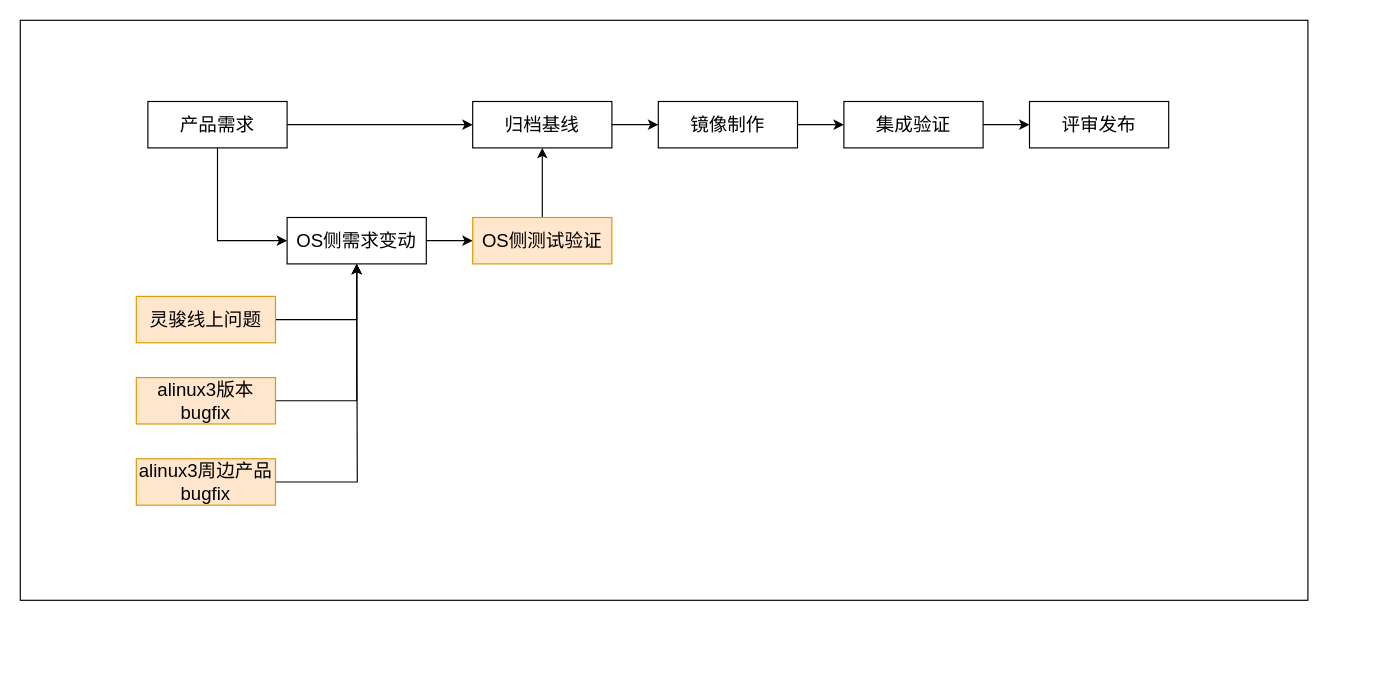
Earlier version of the draw.io diagram my_work.drawio (wbzzx-bb/wb-linux). Source tidied: cells renumbered, new cells numbered last; positions are measured from the earlier drawing's top-left corner, leaving out a move shared by most shapes. Both pictures are drawn from the tidied source at 116%, with x=0, y=0 at pixel (20, 20).
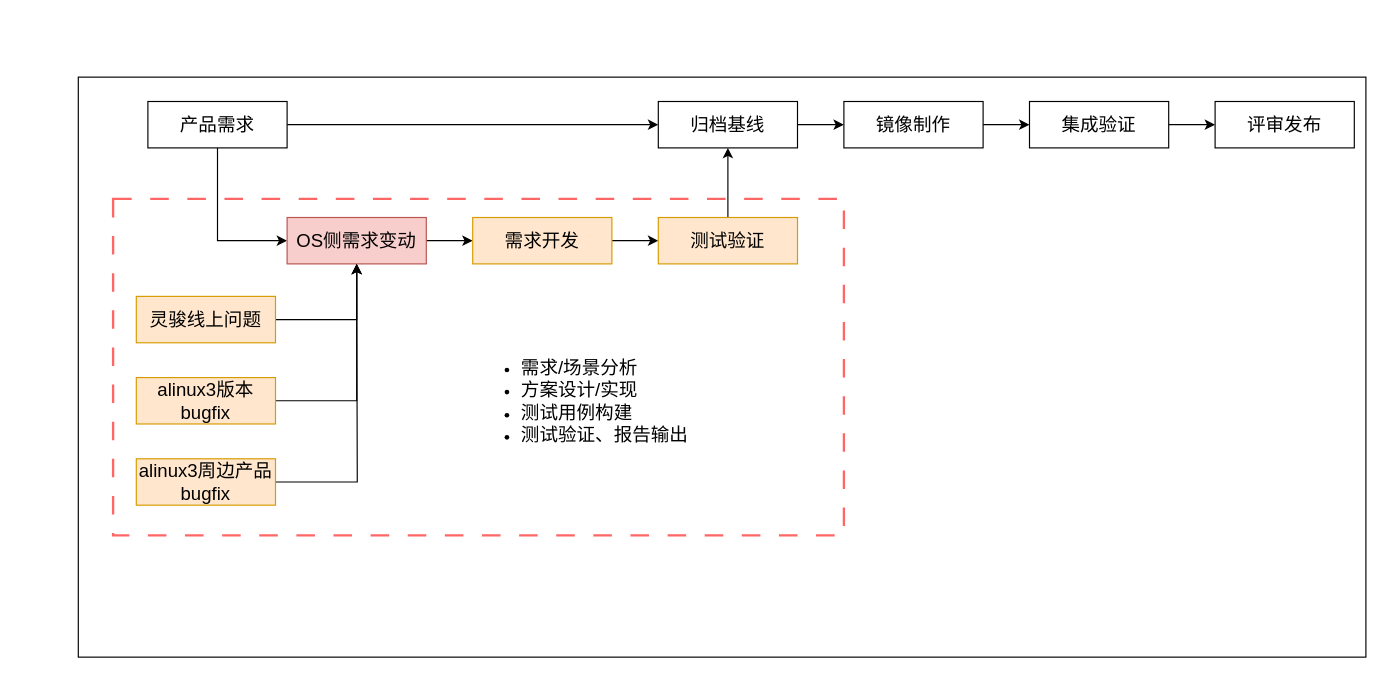
The same diagram, later.

What changed in the source:
```diff
@@
     <mxCell id="2" style="rounded=0;whiteSpace=wrap;html=1;" parent="1" vertex="1">
-      <mxGeometry width="1110" height="500" as="geometry" />
+      <mxGeometry x="50" y="49" width="1110" height="500" as="geometry" />
     </mxCell>
+    <mxCell id="23" style="rounded=0;whiteSpace=wrap;html=1;dashed=1;dashPattern=8 8;fillColor=none;strokeColor=#FF6666;strokeWidth=2;" parent="1" vertex="1">
+      <mxGeometry x="80" y="154" width="630" height="290" as="geometry" />
+    </mxCell>
@@
     <mxCell id="7" value="&lt;font style=&quot;font-size: 16px;&quot;&gt;归档基线&lt;/font&gt;" style="rounded=0;whiteSpace=wrap;html=1;" parent="1" vertex="1">
-      <mxGeometry x="390" y="70" width="120" height="40" as="geometry" />
+      <mxGeometry x="550" y="70" width="120" height="40" as="geometry" />
     </mxCell>
@@
     <mxCell id="9" value="&lt;font style=&quot;font-size: 16px;&quot;&gt;镜像制作&lt;/font&gt;" style="rounded=0;whiteSpace=wrap;html=1;" parent="1" vertex="1">
-      <mxGeometry x="550" y="70" width="120" height="40" as="geometry" />
+      <mxGeometry x="710" y="70" width="120" height="40" as="geometry" />
     </mxCell>
@@
     <mxCell id="11" value="&lt;font style=&quot;font-size: 16px;&quot;&gt;集成验证&lt;/font&gt;" style="rounded=0;whiteSpace=wrap;html=1;" parent="1" vertex="1">
-      <mxGeometry x="710" y="70" width="120" height="40" as="geometry" />
+      <mxGeometry x="870" y="70" width="120" height="40" as="geometry" />
     </mxCell>
     <mxCell id="12" value="&lt;font style=&quot;font-size: 16px;&quot;&gt;评审发布&lt;/font&gt;" style="rounded=0;whiteSpace=wrap;html=1;" parent="1" vertex="1">
-      <mxGeometry x="870" y="70" width="120" height="40" as="geometry" />
+      <mxGeometry x="1030" y="70" width="120" height="40" as="geometry" />
     </mxCell>
@@
-    <mxCell id="14" value="&lt;font style=&quot;font-size: 16px;&quot;&gt;OS侧需求变动&lt;/font&gt;" style="rounded=0;whiteSpace=wrap;html=1;" parent="1" vertex="1">
+    <mxCell id="14" value="&lt;font style=&quot;font-size: 16px;&quot;&gt;OS侧需求变动&lt;/font&gt;" style="rounded=0;whiteSpace=wrap;html=1;fillColor=#f8cecc;strokeColor=#b85450;" parent="1" vertex="1">
       <mxGeometry x="230" y="170" width="120" height="40" as="geometry" />
     </mxCell>
-    <mxCell id="15" style="edgeStyle=orthogonalEdgeStyle;rounded=0;jettySize=auto;html=1;entryX=0.5;entryY=1;entryDx=0;entryDy=0;" parent="1" edge="1" source="16" target="7">
-      <mxGeometry relative="1" as="geometry" />
-    </mxCell>
+    <mxCell id="24" style="edgeStyle=orthogonalEdgeStyle;rounded=0;jettySize=auto;html=1;" parent="1" edge="1" source="16" target="26">
+      <mxGeometry relative="1" as="geometry" />
+    </mxCell>
-    <mxCell id="16" value="&lt;font style=&quot;font-size: 16px;&quot;&gt;OS侧测试验证&lt;/font&gt;" style="rounded=0;whiteSpace=wrap;html=1;fillColor=#ffe6cc;strokeColor=#d79b00;" parent="1" vertex="1">
+    <mxCell id="16" value="&lt;font style=&quot;font-size: 16px;&quot;&gt;需求开发&lt;/font&gt;" style="rounded=0;whiteSpace=wrap;html=1;fillColor=#ffe6cc;strokeColor=#d79b00;" parent="1" vertex="1">
       <mxGeometry x="390" y="170" width="120" height="40" as="geometry" />
     </mxCell>
@@
+    <mxCell id="25" style="edgeStyle=orthogonalEdgeStyle;rounded=0;jettySize=auto;html=1;entryX=0.5;entryY=1;entryDx=0;entryDy=0;" parent="1" edge="1" source="26" target="7">
+      <mxGeometry relative="1" as="geometry" />
+    </mxCell>
+    <mxCell id="26" value="&lt;font style=&quot;font-size: 16px;&quot;&gt;测试验证&lt;/font&gt;" style="rounded=0;whiteSpace=wrap;html=1;fillColor=#ffe6cc;strokeColor=#d79b00;" parent="1" vertex="1">
+      <mxGeometry x="550" y="170" width="120" height="40" as="geometry" />
+    </mxCell>
+    <mxCell id="27" value="&lt;ul&gt;&lt;li&gt;&lt;font style=&quot;font-size: 16px;&quot;&gt;需求/场景分析&lt;/font&gt;&lt;/li&gt;&lt;li&gt;&lt;span style=&quot;font-size: 16px;&quot;&gt;方案设计/实现&lt;/span&gt;&lt;/li&gt;&lt;li&gt;&lt;font style=&quot;font-size: 16px;&quot;&gt;测试用例构建&lt;/font&gt;&lt;/li&gt;&lt;li&gt;&lt;font style=&quot;font-size: 16px;&quot;&gt;测试验证、报告输出&lt;/font&gt;&lt;/li&gt;&lt;/ul&gt;" style="text;html=1;align=left;verticalAlign=middle;whiteSpace=wrap;rounded=0;" parent="1" vertex="1">
+      <mxGeometry x="390" y="278" width="250" height="100" as="geometry" />
+    </mxCell>
```
